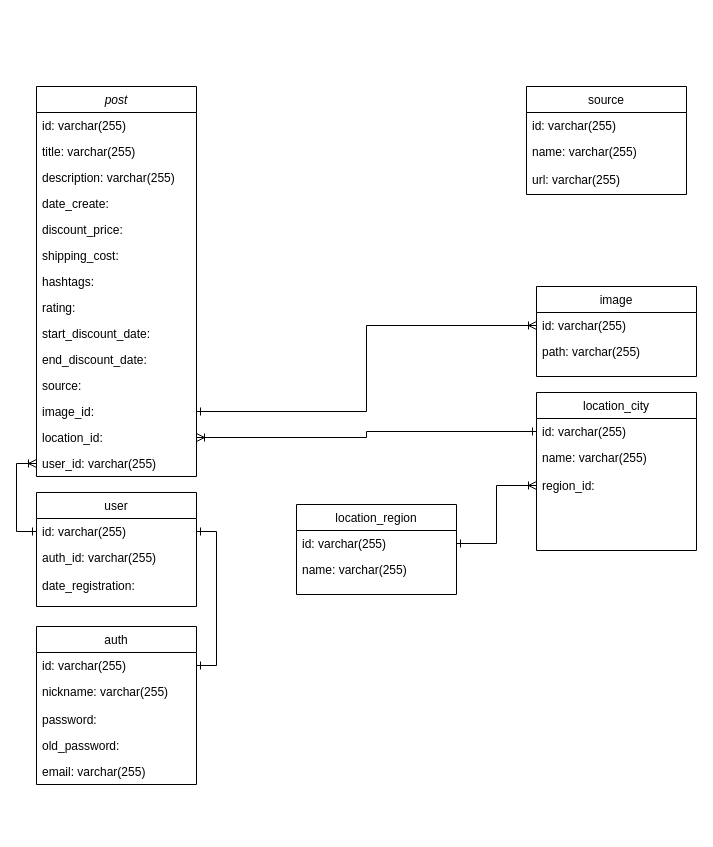
AndreyBV/GraphQL-App keeps this draw.io diagram as documentation/CGQL.drawio. Above is the earlier version. Source tidied: cells renumbered, new cells numbered last; positions are measured from the earlier drawing's top-left corner, leaving out a move shared by most shapes. Both pictures are drawn from the tidied source at 100%, with x=0, y=0 at pixel (36, 86).
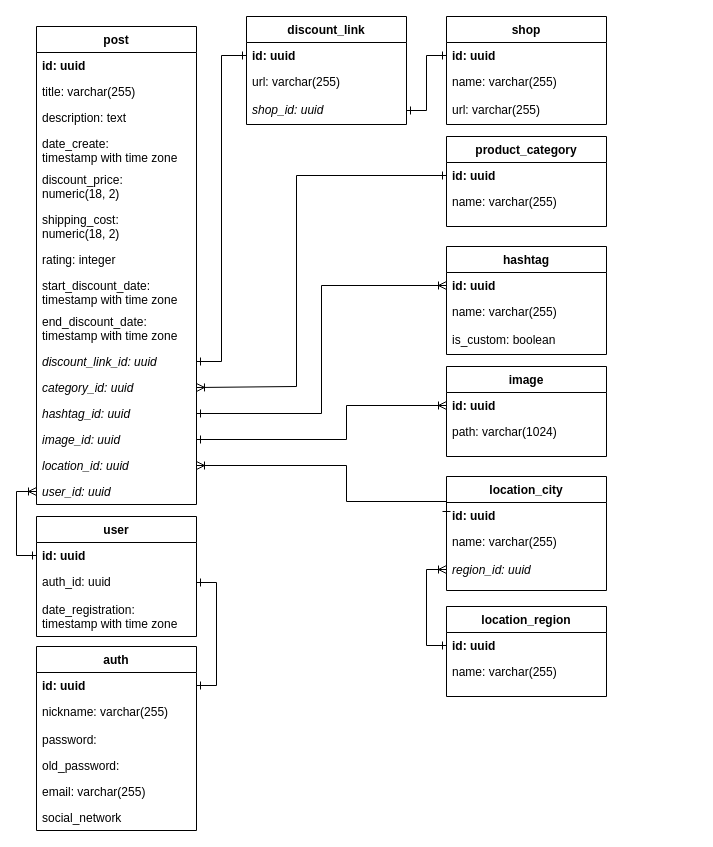
The same diagram, later.

Commit message (it also covers changes not shown here):
Update database schema

What changed in the source:
```diff
@@
-    <mxCell id="2" value="post" style="swimlane;fontStyle=2;align=center;verticalAlign=top;horizontal=1;startSize=26;rounded=0;shadow=0;strokeWidth=1;" parent="1" vertex="1">
-      <mxGeometry width="160" height="390" as="geometry" />
+    <mxCell id="2" value="post" style="swimlane;fontStyle=1;align=center;verticalAlign=top;horizontal=1;startSize=26;rounded=0;shadow=0;strokeWidth=1;" parent="1" vertex="1">
+      <mxGeometry y="-60" width="160" height="478" as="geometry" />
     </mxCell>
-    <mxCell id="3" value="id: varchar(255)" style="text;align=left;verticalAlign=top;spacingLeft=4;spacingRight=4;overflow=hidden;rounded=0;shadow=0;html=0;" parent="2" vertex="1">
+    <mxCell id="3" value="id: uuid" style="text;align=left;verticalAlign=top;spacingLeft=4;spacingRight=4;overflow=hidden;rounded=0;shadow=0;html=0;fontStyle=1;" parent="2" vertex="1">
       <mxGeometry y="26" width="160" height="26" as="geometry" />
     </mxCell>
@@
-    <mxCell id="5" value="description: varchar(255)" style="text;align=left;verticalAlign=top;spacingLeft=4;spacingRight=4;overflow=hidden;rounded=0;shadow=0;html=0;" parent="2" vertex="1">
+    <mxCell id="5" value="description: text" style="text;align=left;verticalAlign=top;spacingLeft=4;spacingRight=4;overflow=hidden;rounded=0;shadow=0;html=0;" parent="2" vertex="1">
       <mxGeometry y="78" width="160" height="26" as="geometry" />
     </mxCell>
-    <mxCell id="6" value="date_create: " style="text;align=left;verticalAlign=top;spacingLeft=4;spacingRight=4;overflow=hidden;rounded=0;shadow=0;html=0;" parent="2" vertex="1">
-      <mxGeometry y="104" width="160" height="26" as="geometry" />
+    <mxCell id="6" value="date_create: &#10;timestamp with time zone" style="text;align=left;verticalAlign=top;spacingLeft=4;spacingRight=4;overflow=hidden;rounded=0;shadow=0;html=0;" parent="2" vertex="1">
+      <mxGeometry y="104" width="160" height="36" as="geometry" />
     </mxCell>
-    <mxCell id="7" value="discount_price:" style="text;align=left;verticalAlign=top;spacingLeft=4;spacingRight=4;overflow=hidden;rounded=0;shadow=0;html=0;" parent="2" vertex="1">
-      <mxGeometry y="130" width="160" height="26" as="geometry" />
+    <mxCell id="7" value="discount_price: &#10;numeric(18, 2)" style="text;align=left;verticalAlign=top;spacingLeft=4;spacingRight=4;overflow=hidden;rounded=0;shadow=0;html=0;" parent="2" vertex="1">
+      <mxGeometry y="140" width="160" height="40" as="geometry" />
     </mxCell>
-    <mxCell id="8" value="shipping_cost:" style="text;align=left;verticalAlign=top;spacingLeft=4;spacingRight=4;overflow=hidden;rounded=0;shadow=0;html=0;" parent="2" vertex="1">
-      <mxGeometry y="156" width="160" height="26" as="geometry" />
+    <mxCell id="8" value="shipping_cost:&#10;numeric(18, 2)" style="text;align=left;verticalAlign=top;spacingLeft=4;spacingRight=4;overflow=hidden;rounded=0;shadow=0;html=0;" parent="2" vertex="1">
+      <mxGeometry y="180" width="160" height="40" as="geometry" />
     </mxCell>
-    <mxCell id="9" value="hashtags:" style="text;align=left;verticalAlign=top;spacingLeft=4;spacingRight=4;overflow=hidden;rounded=0;shadow=0;html=0;" parent="2" vertex="1">
-      <mxGeometry y="182" width="160" height="26" as="geometry" />
-    </mxCell>
-    <mxCell id="10" value="rating:" style="text;align=left;verticalAlign=top;spacingLeft=4;spacingRight=4;overflow=hidden;rounded=0;shadow=0;html=0;" parent="2" vertex="1">
-      <mxGeometry y="208" width="160" height="26" as="geometry" />
+    <mxCell id="10" value="rating: integer" style="text;align=left;verticalAlign=top;spacingLeft=4;spacingRight=4;overflow=hidden;rounded=0;shadow=0;html=0;" parent="2" vertex="1">
+      <mxGeometry y="220" width="160" height="26" as="geometry" />
     </mxCell>
-    <mxCell id="11" value="start_discount_date:" style="text;align=left;verticalAlign=top;spacingLeft=4;spacingRight=4;overflow=hidden;rounded=0;shadow=0;html=0;" parent="2" vertex="1">
-      <mxGeometry y="234" width="160" height="26" as="geometry" />
+    <mxCell id="11" value="start_discount_date: &#10;timestamp with time zone" style="text;align=left;verticalAlign=top;spacingLeft=4;spacingRight=4;overflow=hidden;rounded=0;shadow=0;html=0;" parent="2" vertex="1">
+      <mxGeometry y="246" width="160" height="36" as="geometry" />
     </mxCell>
-    <mxCell id="12" value="end_discount_date:" style="text;align=left;verticalAlign=top;spacingLeft=4;spacingRight=4;overflow=hidden;rounded=0;shadow=0;html=0;" parent="2" vertex="1">
-      <mxGeometry y="260" width="160" height="26" as="geometry" />
+    <mxCell id="12" value="end_discount_date: &#10;timestamp with time zone" style="text;align=left;verticalAlign=top;spacingLeft=4;spacingRight=4;overflow=hidden;rounded=0;shadow=0;html=0;" parent="2" vertex="1">
+      <mxGeometry y="282" width="160" height="40" as="geometry" />
     </mxCell>
-    <mxCell id="13" value="source: " style="text;align=left;verticalAlign=top;spacingLeft=4;spacingRight=4;overflow=hidden;rounded=0;shadow=0;html=0;" parent="2" vertex="1">
-      <mxGeometry y="286" width="160" height="26" as="geometry" />
-    </mxCell>
+    <mxCell id="46" value="discount_link_id: uuid&#10;" style="text;align=left;verticalAlign=top;spacingLeft=4;spacingRight=4;overflow=hidden;points=[[0,0.5],[1,0.5]];portConstraint=eastwest;rounded=0;shadow=0;html=0;fontStyle=2;" parent="2" vertex="1">
+      <mxGeometry y="322" width="160" height="26" as="geometry" />
+    </mxCell>
+    <mxCell id="47" value="category_id: uuid" style="text;align=left;verticalAlign=top;spacingLeft=4;spacingRight=4;overflow=hidden;points=[[0,0.5],[1,0.5]];portConstraint=eastwest;rounded=0;shadow=0;html=0;fontStyle=2;" parent="2" vertex="1">
+      <mxGeometry y="348" width="160" height="26" as="geometry" />
+    </mxCell>
+    <mxCell id="48" value="hashtag_id: uuid" style="text;align=left;verticalAlign=top;spacingLeft=4;spacingRight=4;overflow=hidden;points=[[0,0.5],[1,0.5]];portConstraint=eastwest;rounded=0;shadow=0;html=0;fontStyle=2;" parent="2" vertex="1">
+      <mxGeometry y="374" width="160" height="26" as="geometry" />
+    </mxCell>
-    <mxCell id="14" value="image_id: " style="text;align=left;verticalAlign=top;spacingLeft=4;spacingRight=4;overflow=hidden;points=[[0,0.5],[1,0.5]];portConstraint=eastwest;rounded=0;shadow=0;html=0;" parent="2" vertex="1">
-      <mxGeometry y="312" width="160" height="26" as="geometry" />
+    <mxCell id="14" value="image_id: uuid" style="text;align=left;verticalAlign=top;spacingLeft=4;spacingRight=4;overflow=hidden;points=[[0,0.5],[1,0.5]];portConstraint=eastwest;rounded=0;shadow=0;html=0;fontStyle=2;" parent="2" vertex="1">
+      <mxGeometry y="400" width="160" height="26" as="geometry" />
     </mxCell>
-    <mxCell id="15" value="location_id:" style="text;align=left;verticalAlign=top;spacingLeft=4;spacingRight=4;overflow=hidden;points=[[0,0.5],[1,0.5]];portConstraint=eastwest;rounded=0;shadow=0;html=0;" parent="2" vertex="1">
-      <mxGeometry y="338" width="160" height="26" as="geometry" />
+    <mxCell id="15" value="location_id: uuid" style="text;align=left;verticalAlign=top;spacingLeft=4;spacingRight=4;overflow=hidden;points=[[0,0.5],[1,0.5]];portConstraint=eastwest;rounded=0;shadow=0;html=0;fontStyle=2;" parent="2" vertex="1">
+      <mxGeometry y="426" width="160" height="26" as="geometry" />
     </mxCell>
-    <mxCell id="16" value="user_id: varchar(255)" style="text;align=left;verticalAlign=top;spacingLeft=4;spacingRight=4;overflow=hidden;points=[[0,0.5],[1,0.5]];portConstraint=eastwest;rounded=0;shadow=0;html=0;" parent="2" vertex="1">
-      <mxGeometry y="364" width="160" height="26" as="geometry" />
+    <mxCell id="16" value="user_id: uuid" style="text;align=left;verticalAlign=top;spacingLeft=4;spacingRight=4;overflow=hidden;points=[[0,0.5],[1,0.5]];portConstraint=eastwest;rounded=0;shadow=0;html=0;fontStyle=2;" parent="2" vertex="1">
+      <mxGeometry y="452" width="160" height="26" as="geometry" />
     </mxCell>
-    <mxCell id="17" value="user" style="swimlane;fontStyle=0;align=center;verticalAlign=top;horizontal=1;startSize=26;rounded=0;shadow=0;strokeWidth=1;" parent="1" vertex="1">
-      <mxGeometry y="406" width="160" height="114" as="geometry" />
+    <mxCell id="17" value="user" style="swimlane;fontStyle=1;align=center;verticalAlign=top;horizontal=1;startSize=26;rounded=0;shadow=0;strokeWidth=1;" parent="1" vertex="1">
+      <mxGeometry y="430" width="160" height="120" as="geometry" />
     </mxCell>
-    <mxCell id="18" value="id: varchar(255)" style="text;align=left;verticalAlign=top;spacingLeft=4;spacingRight=4;overflow=hidden;points=[[0,0.5],[1,0.5]];portConstraint=eastwest;" parent="17" vertex="1">
+    <mxCell id="18" value="id: uuid" style="text;align=left;verticalAlign=top;spacingLeft=4;spacingRight=4;overflow=hidden;points=[[0,0.5],[1,0.5]];portConstraint=eastwest;fontStyle=1;" parent="17" vertex="1">
       <mxGeometry y="26" width="160" height="26" as="geometry" />
     </mxCell>
-    <mxCell id="19" value="auth_id: varchar(255)" style="text;align=left;verticalAlign=top;spacingLeft=4;spacingRight=4;overflow=hidden;points=[[0,0.5],[1,0.5]];portConstraint=eastwest;rounded=0;shadow=0;html=0;" parent="17" vertex="1">
+    <mxCell id="19" value="auth_id: uuid" style="text;align=left;verticalAlign=top;spacingLeft=4;spacingRight=4;overflow=hidden;points=[[0,0.5],[1,0.5]];portConstraint=eastwest;rounded=0;shadow=0;html=0;fontStyle=0;" parent="17" vertex="1">
       <mxGeometry y="52" width="160" height="28" as="geometry" />
     </mxCell>
-    <mxCell id="20" value="date_registration: " style="text;align=left;verticalAlign=top;spacingLeft=4;spacingRight=4;overflow=hidden;rounded=0;shadow=0;html=0;" parent="17" vertex="1">
-      <mxGeometry y="80" width="160" height="26" as="geometry" />
+    <mxCell id="20" value="date_registration: &#10;timestamp with time zone" style="text;align=left;verticalAlign=top;spacingLeft=4;spacingRight=4;overflow=hidden;rounded=0;shadow=0;html=0;" parent="17" vertex="1">
+      <mxGeometry y="80" width="160" height="40" as="geometry" />
     </mxCell>
-    <mxCell id="21" value="image" style="swimlane;fontStyle=0;align=center;verticalAlign=top;horizontal=1;startSize=26;rounded=0;shadow=0;strokeWidth=1;" parent="1" vertex="1">
-      <mxGeometry x="500" y="200" width="160" height="90" as="geometry" />
+    <mxCell id="21" value="image" style="swimlane;fontStyle=1;align=center;verticalAlign=top;horizontal=1;startSize=26;rounded=0;shadow=0;strokeWidth=1;" parent="1" vertex="1">
+      <mxGeometry x="410" y="280" width="160" height="90" as="geometry" />
     </mxCell>
-    <mxCell id="22" value="id: varchar(255)" style="text;align=left;verticalAlign=top;spacingLeft=4;spacingRight=4;overflow=hidden;points=[[0,0.5],[1,0.5]];portConstraint=eastwest;" parent="21" vertex="1">
+    <mxCell id="22" value="id: uuid" style="text;align=left;verticalAlign=top;spacingLeft=4;spacingRight=4;overflow=hidden;points=[[0,0.5],[1,0.5]];portConstraint=eastwest;fontStyle=1;" parent="21" vertex="1">
       <mxGeometry y="26" width="160" height="26" as="geometry" />
     </mxCell>
-    <mxCell id="23" value="path: varchar(255)" style="text;align=left;verticalAlign=top;spacingLeft=4;spacingRight=4;overflow=hidden;rounded=0;shadow=0;html=0;" parent="21" vertex="1">
+    <mxCell id="23" value="path: varchar(1024)" style="text;align=left;verticalAlign=top;spacingLeft=4;spacingRight=4;overflow=hidden;rounded=0;shadow=0;html=0;" parent="21" vertex="1">
       <mxGeometry y="52" width="160" height="28" as="geometry" />
     </mxCell>
-    <mxCell id="24" value="location_region" style="swimlane;fontStyle=0;align=center;verticalAlign=top;horizontal=1;startSize=26;rounded=0;shadow=0;strokeWidth=1;" parent="1" vertex="1">
-      <mxGeometry x="260" y="418" width="160" height="90" as="geometry" />
+    <mxCell id="24" value="location_region" style="swimlane;fontStyle=1;align=center;verticalAlign=top;horizontal=1;startSize=26;rounded=0;shadow=0;strokeWidth=1;" parent="1" vertex="1">
+      <mxGeometry x="410" y="520" width="160" height="90" as="geometry" />
     </mxCell>
-    <mxCell id="25" value="id: varchar(255)" style="text;align=left;verticalAlign=top;spacingLeft=4;spacingRight=4;overflow=hidden;points=[[0,0.5],[1,0.5]];portConstraint=eastwest;" parent="24" vertex="1">
+    <mxCell id="25" value="id: uuid" style="text;align=left;verticalAlign=top;spacingLeft=4;spacingRight=4;overflow=hidden;points=[[0,0.5],[1,0.5]];portConstraint=eastwest;fontStyle=1;" parent="24" vertex="1">
       <mxGeometry y="26" width="160" height="26" as="geometry" />
     </mxCell>
@@
-    <mxCell id="27" value="location_city" style="swimlane;fontStyle=0;align=center;verticalAlign=top;horizontal=1;startSize=26;rounded=0;shadow=0;strokeWidth=1;" parent="1" vertex="1">
-      <mxGeometry x="500" y="306" width="160" height="158" as="geometry" />
+    <mxCell id="27" value="location_city" style="swimlane;fontStyle=1;align=center;verticalAlign=top;horizontal=1;startSize=26;rounded=0;shadow=0;strokeWidth=1;" parent="1" vertex="1">
+      <mxGeometry x="410" y="390" width="160" height="114" as="geometry" />
     </mxCell>
-    <mxCell id="28" value="id: varchar(255)" style="text;align=left;verticalAlign=top;spacingLeft=4;spacingRight=4;overflow=hidden;points=[[0,0.5],[1,0.5]];portConstraint=eastwest;" parent="27" vertex="1">
+    <mxCell id="28" value="id: uuid" style="text;align=left;verticalAlign=top;spacingLeft=4;spacingRight=4;overflow=hidden;points=[[0,0.5],[1,0.5]];portConstraint=eastwest;fontStyle=1;" parent="27" vertex="1">
       <mxGeometry y="26" width="160" height="26" as="geometry" />
     </mxCell>
@@
-    <mxCell id="30" value="region_id:" style="text;align=left;verticalAlign=top;spacingLeft=4;spacingRight=4;overflow=hidden;points=[[0,0.5],[1,0.5]];portConstraint=eastwest;rounded=0;shadow=0;html=0;" parent="27" vertex="1">
+    <mxCell id="30" value="region_id: uuid" style="text;align=left;verticalAlign=top;spacingLeft=4;spacingRight=4;overflow=hidden;points=[[0,0.5],[1,0.5]];portConstraint=eastwest;rounded=0;shadow=0;html=0;fontStyle=2;" parent="27" vertex="1">
       <mxGeometry y="80" width="160" height="26" as="geometry" />
     </mxCell>
-    <mxCell id="31" style="edgeStyle=orthogonalEdgeStyle;rounded=0;jettySize=auto;html=1;exitX=0;exitY=0.5;exitDx=0;exitDy=0;entryX=1;entryY=0.5;entryDx=0;entryDy=0;startArrow=ERoneToMany;startFill=0;endArrow=ERone;endFill=0;" parent="1" edge="1" source="30" target="25">
+    <mxCell id="31" style="edgeStyle=orthogonalEdgeStyle;rounded=0;jettySize=auto;html=1;exitX=0;exitY=0.5;exitDx=0;exitDy=0;entryX=0;entryY=0.5;entryDx=0;entryDy=0;startArrow=ERoneToMany;startFill=0;endArrow=ERone;endFill=0;" parent="1" edge="1" source="30" target="25">
       <mxGeometry relative="1" as="geometry" />
     </mxCell>
     <mxCell id="32" style="edgeStyle=orthogonalEdgeStyle;rounded=0;jettySize=auto;html=1;exitX=1;exitY=0.5;exitDx=0;exitDy=0;entryX=0;entryY=0.5;entryDx=0;entryDy=0;startArrow=ERoneToMany;startFill=0;endArrow=ERone;endFill=0;" parent="1" edge="1" source="15" target="28">
-      <mxGeometry relative="1" as="geometry" />
+      <mxGeometry relative="1" as="geometry">
+        <Array as="points">
+          <mxPoint x="310" y="379" />
+          <mxPoint x="310" y="415" />
+        </Array>
+      </mxGeometry>
     </mxCell>
@@
-    <mxCell id="34" value="auth" style="swimlane;fontStyle=0;align=center;verticalAlign=top;horizontal=1;startSize=26;rounded=0;shadow=0;strokeWidth=1;" parent="1" vertex="1">
-      <mxGeometry y="540" width="160" height="158" as="geometry" />
+    <mxCell id="34" value="auth" style="swimlane;fontStyle=1;align=center;verticalAlign=top;horizontal=1;startSize=26;rounded=0;shadow=0;strokeWidth=1;" parent="1" vertex="1">
+      <mxGeometry y="560" width="160" height="184" as="geometry" />
     </mxCell>
-    <mxCell id="35" value="id: varchar(255)" style="text;align=left;verticalAlign=top;spacingLeft=4;spacingRight=4;overflow=hidden;points=[[0,0.5],[1,0.5]];portConstraint=eastwest;" parent="34" vertex="1">
+    <mxCell id="35" value="id: uuid" style="text;align=left;verticalAlign=top;spacingLeft=4;spacingRight=4;overflow=hidden;points=[[0,0.5],[1,0.5]];portConstraint=eastwest;fontStyle=1;" parent="34" vertex="1">
       <mxGeometry y="26" width="160" height="26" as="geometry" />
     </mxCell>
@@
+    <mxCell id="49" value="social_network" style="text;align=left;verticalAlign=top;spacingLeft=4;spacingRight=4;overflow=hidden;rounded=0;shadow=0;html=0;" parent="34" vertex="1">
+      <mxGeometry y="158" width="160" height="26" as="geometry" />
+    </mxCell>
-    <mxCell id="40" style="edgeStyle=orthogonalEdgeStyle;rounded=0;jettySize=auto;html=1;exitX=1;exitY=0.5;exitDx=0;exitDy=0;entryX=1;entryY=0.5;entryDx=0;entryDy=0;startArrow=ERone;startFill=0;endArrow=ERone;endFill=0;" parent="1" edge="1" source="18" target="35">
+    <mxCell id="40" style="edgeStyle=orthogonalEdgeStyle;rounded=0;jettySize=auto;html=1;exitX=1;exitY=0.5;exitDx=0;exitDy=0;entryX=1;entryY=0.5;entryDx=0;entryDy=0;startArrow=ERone;startFill=0;endArrow=ERone;endFill=0;" parent="1" edge="1" source="19" target="35">
       <mxGeometry relative="1" as="geometry" />
     </mxCell>
     <mxCell id="41" style="edgeStyle=orthogonalEdgeStyle;rounded=0;jettySize=auto;html=1;exitX=1;exitY=0.5;exitDx=0;exitDy=0;entryX=0;entryY=0.5;entryDx=0;entryDy=0;startArrow=ERone;startFill=0;endArrow=ERoneToMany;endFill=0;" parent="1" edge="1" source="14" target="22">
-      <mxGeometry relative="1" as="geometry" />
+      <mxGeometry relative="1" as="geometry">
+        <Array as="points">
+          <mxPoint x="310" y="353" />
+          <mxPoint x="310" y="319" />
+        </Array>
+      </mxGeometry>
     </mxCell>
-    <mxCell id="42" value="source" style="swimlane;fontStyle=0;align=center;verticalAlign=top;horizontal=1;startSize=26;rounded=0;shadow=0;strokeWidth=1;" parent="1" vertex="1">
-      <mxGeometry x="490" width="160" height="108" as="geometry" />
-    </mxCell>
-    <mxCell id="43" value="id: varchar(255)" style="text;align=left;verticalAlign=top;spacingLeft=4;spacingRight=4;overflow=hidden;" parent="42" vertex="1">
-      <mxGeometry y="26" width="160" height="26" as="geometry" />
-    </mxCell>
-    <mxCell id="44" value="name: varchar(255)" style="text;align=left;verticalAlign=top;spacingLeft=4;spacingRight=4;overflow=hidden;rounded=0;shadow=0;html=0;" parent="42" vertex="1">
-      <mxGeometry y="52" width="160" height="28" as="geometry" />
-    </mxCell>
+    <mxCell id="50" value="hashtag" style="swimlane;fontStyle=1;align=center;verticalAlign=top;horizontal=1;startSize=26;rounded=0;shadow=0;strokeWidth=1;" parent="1" vertex="1">
+      <mxGeometry x="410" y="160" width="160" height="108" as="geometry" />
+    </mxCell>
+    <mxCell id="51" value="id: uuid" style="text;align=left;verticalAlign=top;spacingLeft=4;spacingRight=4;overflow=hidden;points=[[0,0.5],[1,0.5]];portConstraint=eastwest;fontStyle=1;" parent="50" vertex="1">
+      <mxGeometry y="26" width="160" height="26" as="geometry" />
+    </mxCell>
+    <mxCell id="52" value="name: varchar(255)" style="text;align=left;verticalAlign=top;spacingLeft=4;spacingRight=4;overflow=hidden;rounded=0;shadow=0;html=0;" parent="50" vertex="1">
+      <mxGeometry y="52" width="160" height="28" as="geometry" />
+    </mxCell>
+    <mxCell id="53" value="is_custom: boolean" style="text;align=left;verticalAlign=top;spacingLeft=4;spacingRight=4;overflow=hidden;rounded=0;shadow=0;html=0;" parent="50" vertex="1">
+      <mxGeometry y="80" width="160" height="28" as="geometry" />
+    </mxCell>
+    <mxCell id="54" value="shop" style="swimlane;fontStyle=1;align=center;verticalAlign=top;horizontal=1;startSize=26;rounded=0;shadow=0;strokeWidth=1;" parent="1" vertex="1">
+      <mxGeometry x="410" y="-70" width="160" height="108" as="geometry" />
+    </mxCell>
+    <mxCell id="55" value="id: uuid" style="text;align=left;verticalAlign=top;spacingLeft=4;spacingRight=4;overflow=hidden;points=[[0,0.5],[1,0.5]];portConstraint=eastwest;fontStyle=1;" parent="54" vertex="1">
+      <mxGeometry y="26" width="160" height="26" as="geometry" />
+    </mxCell>
+    <mxCell id="56" value="name: varchar(255)" style="text;align=left;verticalAlign=top;spacingLeft=4;spacingRight=4;overflow=hidden;rounded=0;shadow=0;html=0;" parent="54" vertex="1">
+      <mxGeometry y="52" width="160" height="28" as="geometry" />
+    </mxCell>
-    <mxCell id="45" value="url: varchar(255)" style="text;align=left;verticalAlign=top;spacingLeft=4;spacingRight=4;overflow=hidden;rounded=0;shadow=0;html=0;" parent="42" vertex="1">
+    <mxCell id="45" value="url: varchar(255)" style="text;align=left;verticalAlign=top;spacingLeft=4;spacingRight=4;overflow=hidden;rounded=0;shadow=0;html=0;" parent="54" vertex="1">
       <mxGeometry y="80" width="160" height="28" as="geometry" />
     </mxCell>
+    <mxCell id="57" value="product_category" style="swimlane;fontStyle=1;align=center;verticalAlign=top;horizontal=1;startSize=26;rounded=0;shadow=0;strokeWidth=1;" parent="1" vertex="1">
+      <mxGeometry x="410" y="50" width="160" height="90" as="geometry" />
+    </mxCell>
+    <mxCell id="58" value="id: uuid" style="text;align=left;verticalAlign=top;spacingLeft=4;spacingRight=4;overflow=hidden;points=[[0,0.5],[1,0.5]];portConstraint=eastwest;fontStyle=1;" parent="57" vertex="1">
+      <mxGeometry y="26" width="160" height="26" as="geometry" />
+    </mxCell>
+    <mxCell id="59" value="name: varchar(255)" style="text;align=left;verticalAlign=top;spacingLeft=4;spacingRight=4;overflow=hidden;rounded=0;shadow=0;html=0;" parent="57" vertex="1">
+      <mxGeometry y="52" width="160" height="28" as="geometry" />
+    </mxCell>
+    <mxCell id="60" style="edgeStyle=orthogonalEdgeStyle;rounded=0;jettySize=auto;html=1;exitX=0;exitY=0.5;exitDx=0;exitDy=0;entryX=1;entryY=0.5;entryDx=0;entryDy=0;startArrow=ERone;startFill=0;endArrow=ERoneToMany;endFill=0;" parent="1" edge="1" source="58" target="47">
+      <mxGeometry relative="1" as="geometry">
+        <Array as="points">
+          <mxPoint x="260" y="89" />
+          <mxPoint x="260" y="300" />
+        </Array>
+      </mxGeometry>
+    </mxCell>
+    <mxCell id="61" style="edgeStyle=orthogonalEdgeStyle;rounded=0;jettySize=auto;html=1;exitX=1;exitY=0.5;exitDx=0;exitDy=0;entryX=0;entryY=0.5;entryDx=0;entryDy=0;startArrow=ERone;startFill=0;endArrow=ERoneToMany;endFill=0;" parent="1" edge="1" source="48" target="51">
+      <mxGeometry relative="1" as="geometry" />
+    </mxCell>
+    <mxCell id="62" value="discount_link" style="swimlane;fontStyle=1;align=center;verticalAlign=top;horizontal=1;startSize=26;rounded=0;shadow=0;strokeWidth=1;" parent="1" vertex="1">
+      <mxGeometry x="210" y="-70" width="160" height="108" as="geometry" />
+    </mxCell>
+    <mxCell id="63" value="id: uuid" style="text;align=left;verticalAlign=top;spacingLeft=4;spacingRight=4;overflow=hidden;points=[[0,0.5],[1,0.5]];portConstraint=eastwest;fontStyle=1;" parent="62" vertex="1">
+      <mxGeometry y="26" width="160" height="26" as="geometry" />
+    </mxCell>
+    <mxCell id="64" value="url: varchar(255)" style="text;align=left;verticalAlign=top;spacingLeft=4;spacingRight=4;overflow=hidden;rounded=0;shadow=0;html=0;" parent="62" vertex="1">
+      <mxGeometry y="52" width="160" height="28" as="geometry" />
+    </mxCell>
+    <mxCell id="65" value="shop_id: uuid" style="text;align=left;verticalAlign=top;spacingLeft=4;spacingRight=4;overflow=hidden;points=[[0,0.5],[1,0.5]];portConstraint=eastwest;rounded=0;shadow=0;html=0;fontStyle=2;" parent="62" vertex="1">
+      <mxGeometry y="80" width="160" height="28" as="geometry" />
+    </mxCell>
+    <mxCell id="66" style="edgeStyle=orthogonalEdgeStyle;rounded=0;jettySize=auto;html=1;exitX=1;exitY=0.5;exitDx=0;exitDy=0;entryX=0;entryY=0.5;entryDx=0;entryDy=0;startArrow=ERone;startFill=0;endArrow=ERone;endFill=0;" parent="1" edge="1" source="65" target="55">
+      <mxGeometry relative="1" as="geometry" />
+    </mxCell>
+    <mxCell id="67" style="edgeStyle=orthogonalEdgeStyle;rounded=0;jettySize=auto;html=1;exitX=1;exitY=0.5;exitDx=0;exitDy=0;entryX=0;entryY=0.5;entryDx=0;entryDy=0;startArrow=ERone;startFill=0;endArrow=ERone;endFill=0;" parent="1" edge="1" source="46" target="63">
+      <mxGeometry relative="1" as="geometry" />
+    </mxCell>
```
